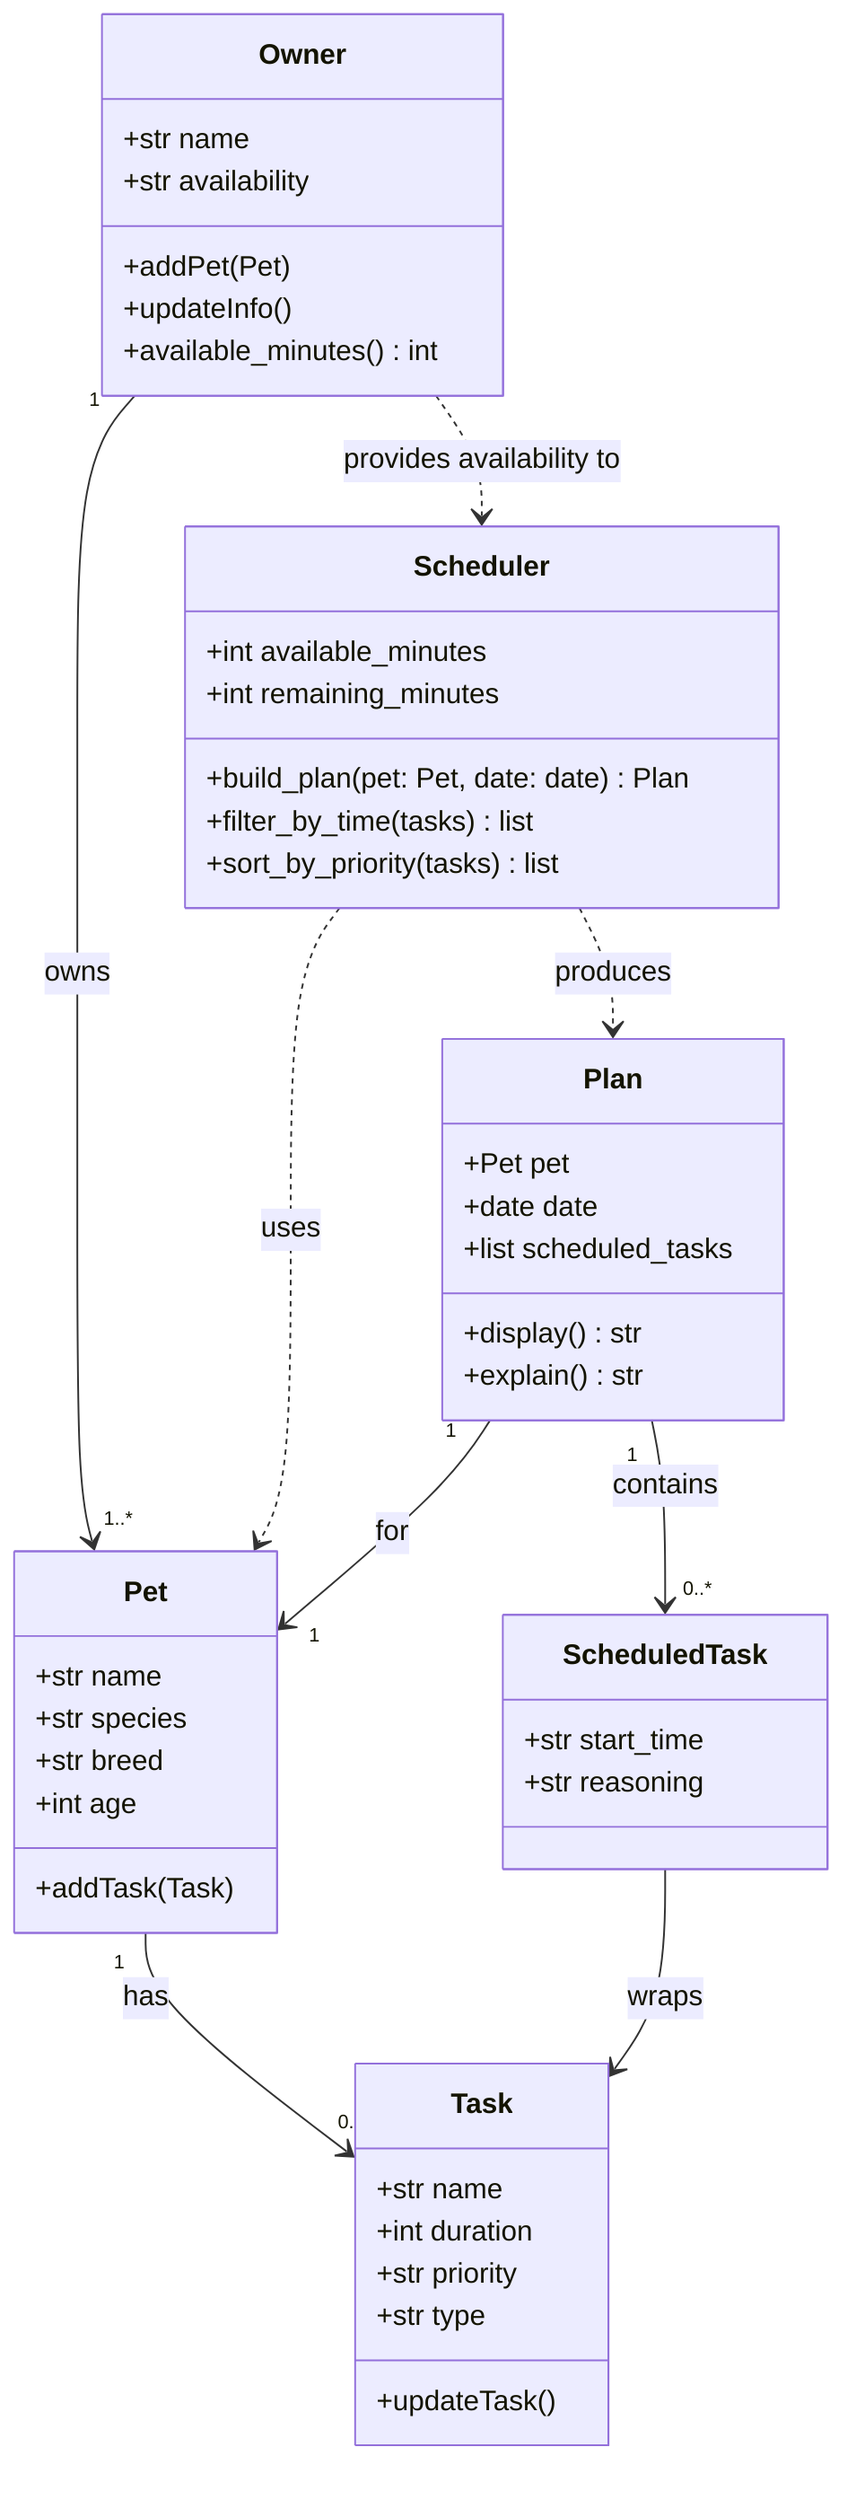
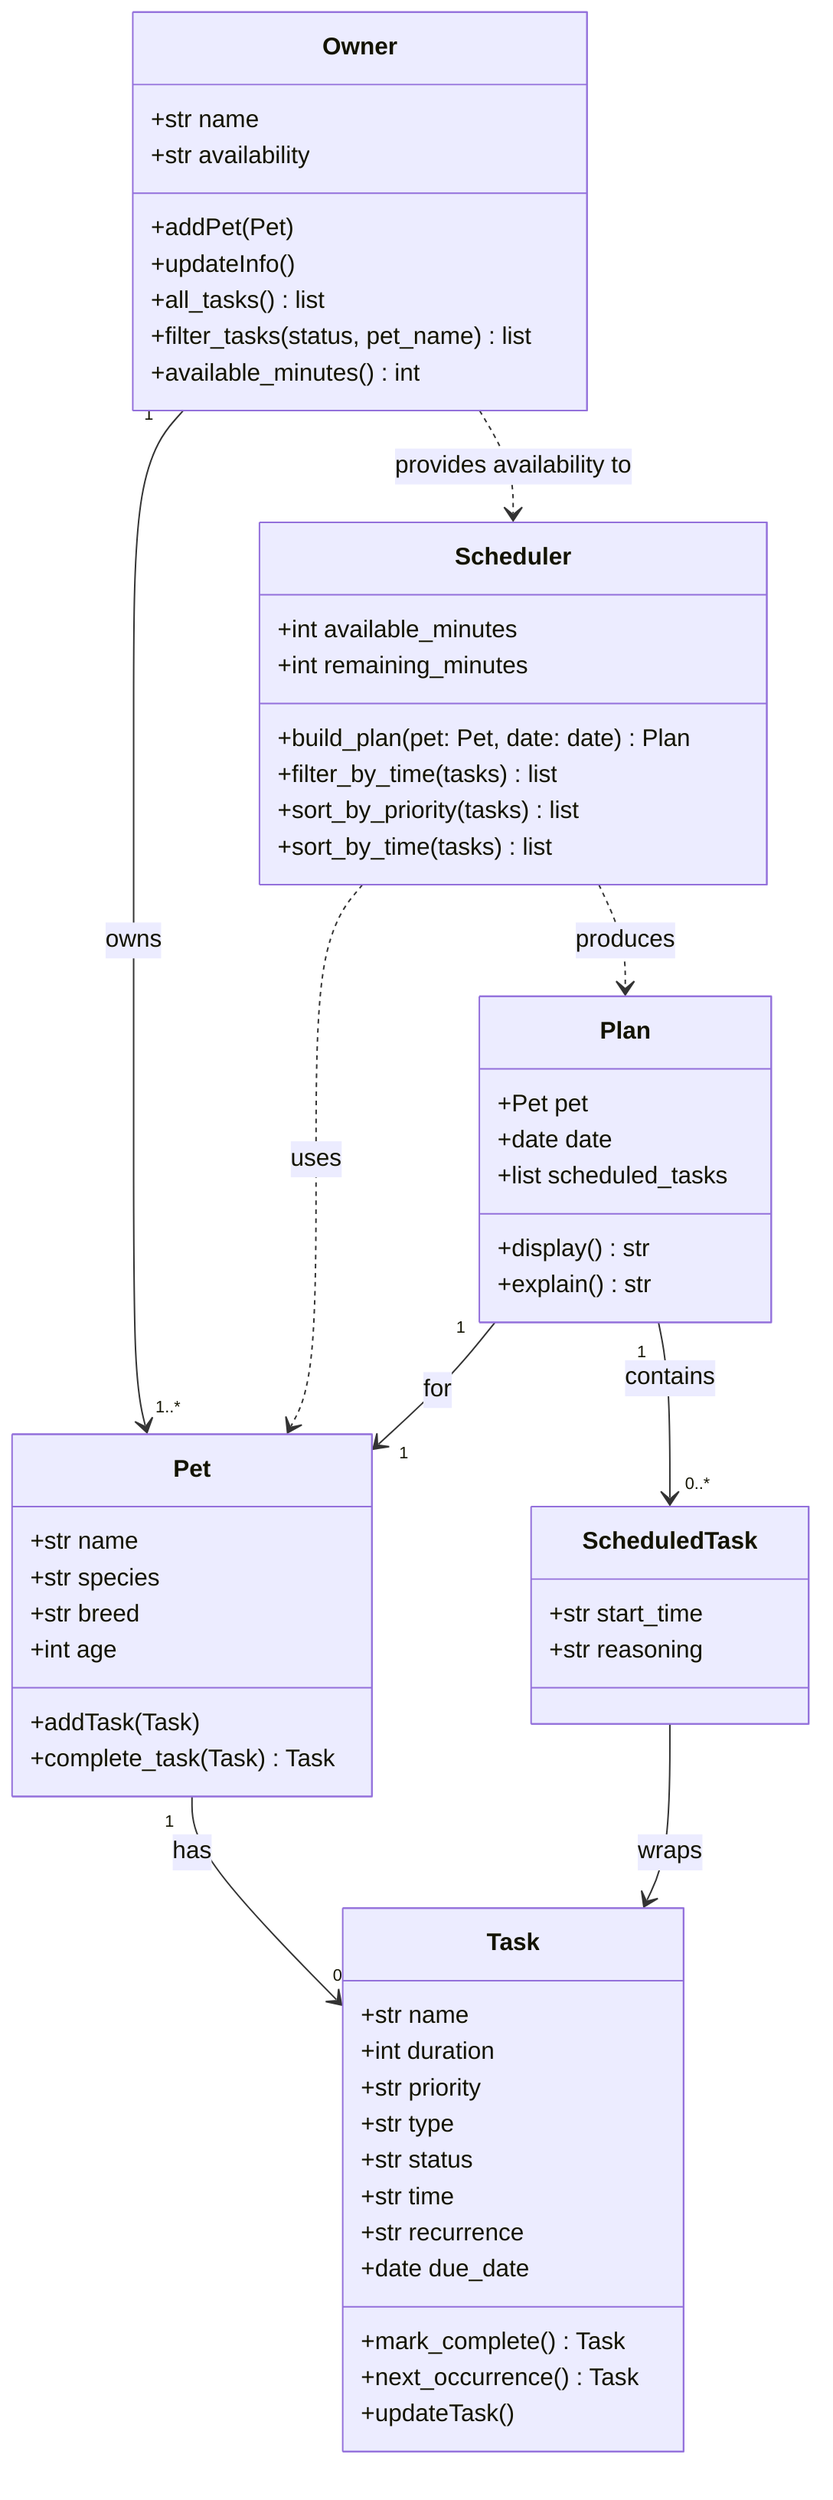
classDiagram
    class Owner {
        +str name
        +str availability
        +addPet(Pet)
        +updateInfo()
+         +all_tasks() list
+         +filter_tasks(status, pet_name) list
        +available_minutes() int
    }

    class Pet {
        +str name
        +str species
        +str breed
        +int age
        +addTask(Task)
+         +complete_task(Task) Task
    }

    class Task {
        +str name
        +int duration
        +str priority
        +str type
+         +str status
+         +str time
+         +str recurrence
+         +date due_date
+         +mark_complete() Task
+         +next_occurrence() Task
        +updateTask()
    }

    class Scheduler {
        +int available_minutes
        +int remaining_minutes
        +build_plan(pet: Pet, date: date) Plan
        +filter_by_time(tasks) list
        +sort_by_priority(tasks) list
+         +sort_by_time(tasks) list
    }

    class Plan {
        +Pet pet
        +date date
        +list scheduled_tasks
        +display() str
        +explain() str
    }

    class ScheduledTask {
        +str start_time
        +str reasoning
    }

    Owner "1" --> "1..*" Pet : owns
    Pet "1" --> "0..*" Task : has
    Owner ..> Scheduler : provides availability to
    Scheduler ..> Pet : uses
    Scheduler ..> Plan : produces
    Plan "1" --> "1" Pet : for
    Plan "1" --> "0..*" ScheduledTask : contains
    ScheduledTask --> Task : wraps
